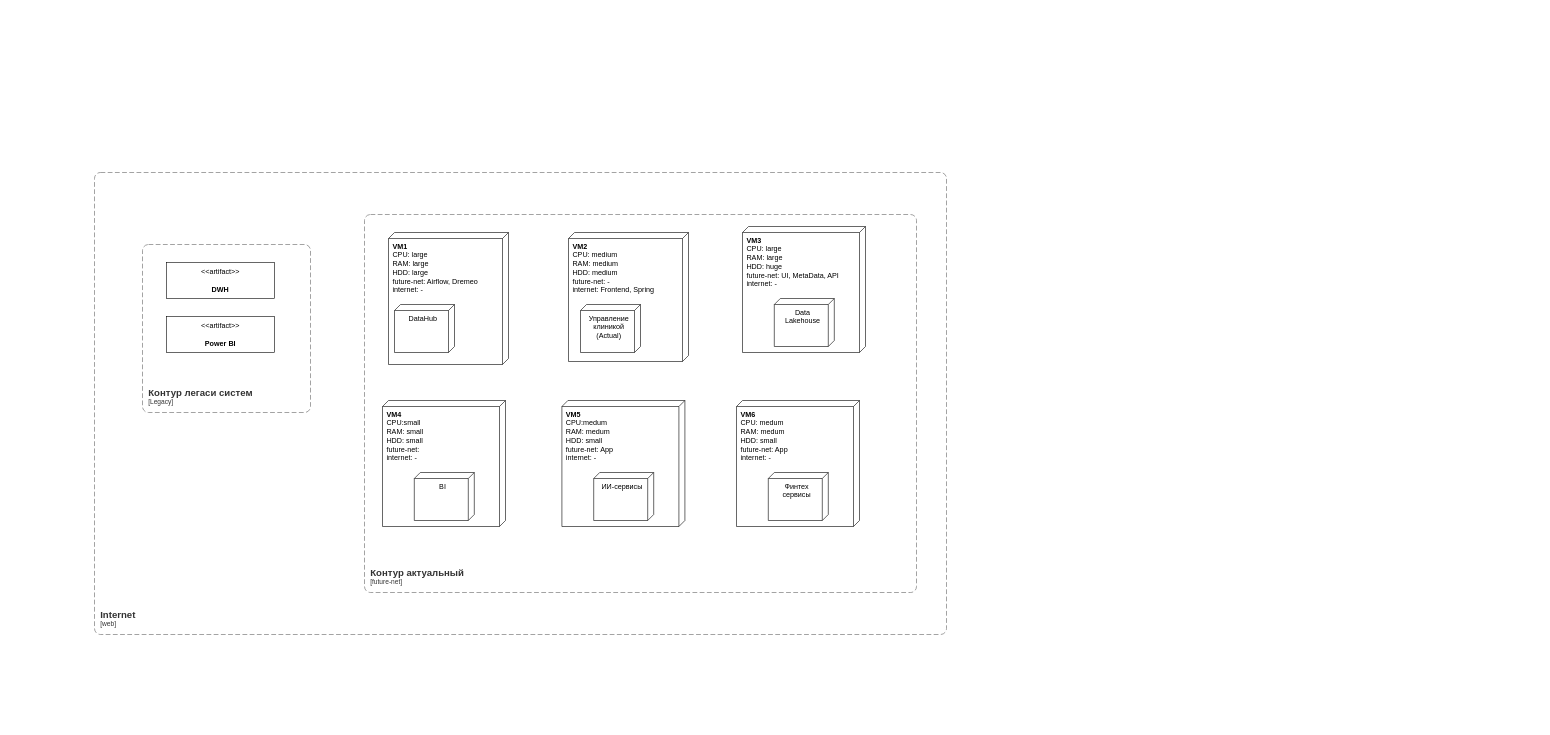
Earlier version of the draw.io diagram task4/terraform-cloud.drawio (bezdelnique/architecture-future_2_0). Source tidied: cells renumbered, new cells numbered last; positions are measured from the earlier drawing's top-left corner, leaving out a move shared by most shapes. Both pictures are drawn from the tidied source at 60%, with x=0, y=0 at pixel (94, 172).
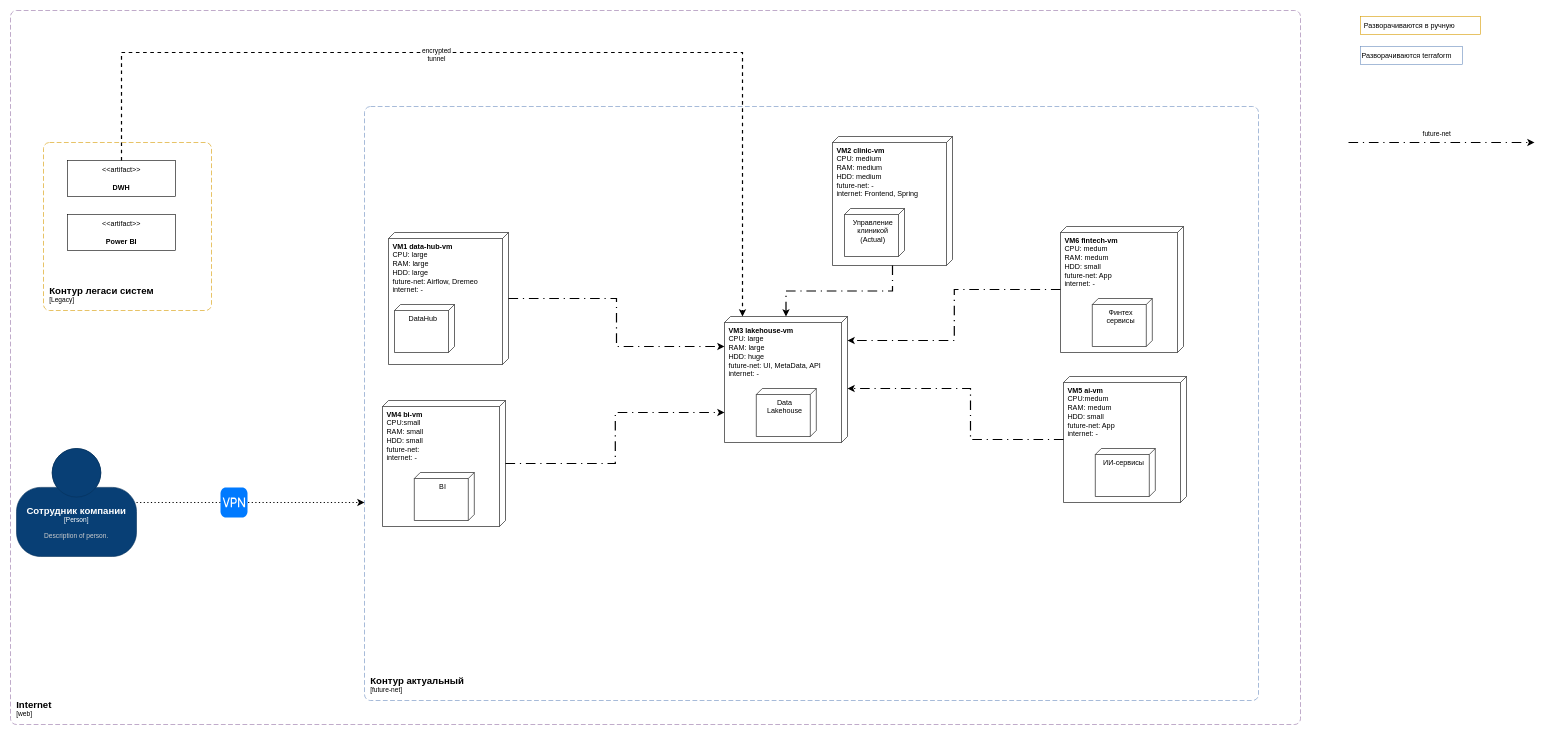
The same page after the edit.

Change to the diagram source:
```diff
@@
-    <mxCell id="2" value="&lt;b&gt;VM1&lt;/b&gt;&lt;br&gt;CPU: large&lt;br&gt;RAM: large&lt;br&gt;HDD: large&lt;br&gt;future-net: Airflow, Dremeo&lt;br&gt;internet: -" style="verticalAlign=top;align=left;shape=cube;size=10;direction=south;fontStyle=0;html=1;boundedLbl=1;spacingLeft=5;whiteSpace=wrap;" parent="1" vertex="1">
+    <mxCell id="2" value="&lt;b&gt;VM1 data-hub-vm&lt;/b&gt;&lt;br&gt;CPU: large&lt;br&gt;RAM: large&lt;br&gt;HDD: large&lt;br&gt;future-net: Airflow, Dremeo&lt;br&gt;internet: -" style="verticalAlign=top;align=left;shape=cube;size=10;direction=south;fontStyle=0;html=1;boundedLbl=1;spacingLeft=5;whiteSpace=wrap;" parent="1" vertex="1">
       <mxGeometry x="490" y="100" width="200" height="220" as="geometry" />
     </mxCell>
@@
-    <mxCell id="4" value="&lt;b&gt;VM2&lt;/b&gt;&lt;br&gt;CPU: medium&lt;br&gt;RAM: medium&lt;br&gt;HDD: medium&lt;br&gt;future-net: -&lt;br&gt;internet: Frontend, Spring" style="verticalAlign=top;align=left;shape=cube;size=10;direction=south;fontStyle=0;html=1;boundedLbl=1;spacingLeft=5;whiteSpace=wrap;" parent="1" vertex="1">
-      <mxGeometry x="790" y="100" width="200" height="215" as="geometry" />
+    <mxCell id="4" value="&lt;b&gt;VM2&amp;nbsp;clinic-vm&lt;/b&gt;&lt;br&gt;CPU: medium&lt;br&gt;RAM: medium&lt;br&gt;HDD: medium&lt;br&gt;future-net: -&lt;br&gt;internet: Frontend, Spring" style="verticalAlign=top;align=left;shape=cube;size=10;direction=south;fontStyle=0;html=1;boundedLbl=1;spacingLeft=5;whiteSpace=wrap;" parent="1" vertex="1">
+      <mxGeometry x="1230" y="-60" width="200" height="215" as="geometry" />
     </mxCell>
@@
-    <mxCell id="6" value="&lt;b&gt;VM3&lt;/b&gt;&lt;br&gt;CPU: large&lt;br&gt;RAM: large&lt;br&gt;HDD: huge&lt;br&gt;future-net: UI, MetaData, API&lt;br&gt;internet: -" style="verticalAlign=top;align=left;shape=cube;size=10;direction=south;fontStyle=0;html=1;boundedLbl=1;spacingLeft=5;whiteSpace=wrap;" parent="1" vertex="1">
-      <mxGeometry x="1080" y="90" width="205" height="210" as="geometry" />
+    <mxCell id="6" value="&lt;b&gt;VM3&amp;nbsp;lakehouse-vm&lt;/b&gt;&lt;br&gt;CPU: large&lt;br&gt;RAM: large&lt;br&gt;HDD: huge&lt;br&gt;future-net: UI, MetaData, API&lt;br&gt;internet: -" style="verticalAlign=top;align=left;shape=cube;size=10;direction=south;fontStyle=0;html=1;boundedLbl=1;spacingLeft=5;whiteSpace=wrap;" parent="1" vertex="1">
+      <mxGeometry x="1050" y="240" width="205" height="210" as="geometry" />
     </mxCell>
@@
     <object id="8" label="&lt;font style=&quot;font-size: 16px&quot;&gt;&lt;b&gt;&lt;div style=&quot;text-align: left&quot;&gt;%c4Name%&lt;/div&gt;&lt;/b&gt;&lt;/font&gt;&lt;div style=&quot;text-align: left&quot;&gt;[%c4Application%]&lt;/div&gt;" c4Application="Legacy" c4Name="Контур легаси систем" placeholders="1">
-      <mxCell style="rounded=1;fontSize=11;whiteSpace=wrap;html=1;dashed=1;arcSize=20;fillColor=none;strokeColor=#666666;fontColor=#333333;labelBackgroundColor=none;align=left;verticalAlign=bottom;labelBorderColor=none;spacingTop=0;spacing=10;dashPattern=8 4;perimeter=rectanglePerimeter;noLabel=0;labelPadding=0;absoluteArcSize=1;" parent="1" vertex="1">
-        <mxGeometry x="80" y="120" width="280" height="280" as="geometry" />
+      <mxCell style="rounded=1;fontSize=11;whiteSpace=wrap;html=1;dashed=1;arcSize=20;fillColor=none;strokeColor=#d79b00;labelBackgroundColor=none;align=left;verticalAlign=bottom;labelBorderColor=none;spacingTop=0;spacing=10;dashPattern=8 4;perimeter=rectanglePerimeter;noLabel=0;labelPadding=0;absoluteArcSize=1;" parent="1" vertex="1">
+        <mxGeometry x="-85" y="-50" width="280" height="280" as="geometry" />
       </mxCell>
     </object>
     <object id="9" label="&lt;font style=&quot;font-size: 16px&quot;&gt;&lt;b&gt;&lt;div style=&quot;text-align: left&quot;&gt;%c4Name%&lt;/div&gt;&lt;/b&gt;&lt;/font&gt;&lt;div style=&quot;text-align: left&quot;&gt;[%c4Application%]&lt;/div&gt;" c4Application="future-net" c4Name="Контур актуальный" placeholders="1">
-      <mxCell style="rounded=1;fontSize=11;whiteSpace=wrap;html=1;dashed=1;arcSize=20;fillColor=none;strokeColor=#666666;fontColor=#333333;labelBackgroundColor=none;align=left;verticalAlign=bottom;labelBorderColor=none;spacingTop=0;spacing=10;dashPattern=8 4;perimeter=rectanglePerimeter;noLabel=0;labelPadding=0;absoluteArcSize=1;" parent="1" vertex="1">
-        <mxGeometry x="450" y="70" width="920" height="630" as="geometry" />
+      <mxCell style="rounded=1;fontSize=11;whiteSpace=wrap;html=1;dashed=1;arcSize=20;fillColor=none;strokeColor=#6c8ebf;labelBackgroundColor=none;align=left;verticalAlign=bottom;labelBorderColor=none;spacingTop=0;spacing=10;dashPattern=8 4;perimeter=rectanglePerimeter;noLabel=0;labelPadding=0;absoluteArcSize=1;" parent="1" vertex="1">
+        <mxGeometry x="450" y="-110" width="1490" height="990" as="geometry" />
       </mxCell>
     </object>
     <mxCell id="10" value="&amp;lt;&amp;lt;artifact&amp;gt;&amp;gt;&lt;br&gt;&lt;br&gt;&lt;b&gt;Power BI&lt;/b&gt;" style="html=1;align=center;verticalAlign=middle;dashed=0;whiteSpace=wrap;" parent="1" vertex="1">
-      <mxGeometry x="120" y="240" width="180" height="60" as="geometry" />
+      <mxGeometry x="-45" y="70" width="180" height="60" as="geometry" />
     </mxCell>
     <mxCell id="11" value="&amp;lt;&amp;lt;artifact&amp;gt;&amp;gt;&lt;br&gt;&lt;br&gt;&lt;b&gt;DWH&lt;/b&gt;" style="html=1;align=center;verticalAlign=middle;dashed=0;whiteSpace=wrap;" parent="1" vertex="1">
-      <mxGeometry x="120" y="150" width="180" height="60" as="geometry" />
+      <mxGeometry x="-45" y="-20" width="180" height="60" as="geometry" />
     </mxCell>
     <object id="12" label="&lt;font style=&quot;font-size: 16px&quot;&gt;&lt;b&gt;&lt;div style=&quot;text-align: left&quot;&gt;%c4Name%&lt;/div&gt;&lt;/b&gt;&lt;/font&gt;&lt;div style=&quot;text-align: left&quot;&gt;[%c4Application%]&lt;/div&gt;" c4Application="web" c4Name="Internet" placeholders="1">
-      <mxCell style="rounded=1;fontSize=11;whiteSpace=wrap;html=1;dashed=1;arcSize=20;fillColor=none;strokeColor=#666666;fontColor=#333333;labelBackgroundColor=none;align=left;verticalAlign=bottom;labelBorderColor=none;spacingTop=0;spacing=10;dashPattern=8 4;perimeter=rectanglePerimeter;noLabel=0;labelPadding=0;absoluteArcSize=1;" parent="1" vertex="1">
-        <mxGeometry width="1420" height="770" as="geometry" />
+      <mxCell style="rounded=1;fontSize=11;whiteSpace=wrap;html=1;dashed=1;arcSize=20;fillColor=none;strokeColor=#9673a6;labelBackgroundColor=none;align=left;verticalAlign=bottom;labelBorderColor=none;spacingTop=0;spacing=10;dashPattern=8 4;perimeter=rectanglePerimeter;noLabel=0;labelPadding=0;absoluteArcSize=1;" parent="1" vertex="1">
+        <mxGeometry x="-140" y="-270" width="2150" height="1190" as="geometry" />
       </mxCell>
     </object>
-    <mxCell id="13" value="&lt;b&gt;VM4&lt;/b&gt;&lt;br&gt;CPU:small&lt;br&gt;RAM: small&lt;br&gt;HDD: small&lt;br&gt;future-net:&amp;nbsp;&lt;br&gt;internet: -" style="verticalAlign=top;align=left;shape=cube;size=10;direction=south;fontStyle=0;html=1;boundedLbl=1;spacingLeft=5;whiteSpace=wrap;" parent="1" vertex="1">
+    <mxCell id="13" value="&lt;b&gt;VM4&amp;nbsp;bi-vm&lt;/b&gt;&lt;br&gt;CPU:small&lt;br&gt;RAM: small&lt;br&gt;HDD: small&lt;br&gt;future-net:&amp;nbsp;&lt;br&gt;internet: -" style="verticalAlign=top;align=left;shape=cube;size=10;direction=south;fontStyle=0;html=1;boundedLbl=1;spacingLeft=5;whiteSpace=wrap;" parent="1" vertex="1">
       <mxGeometry x="480" y="380" width="205" height="210" as="geometry" />
     </mxCell>
@@
-    <mxCell id="15" value="&lt;b&gt;VM5&lt;/b&gt;&lt;br&gt;CPU:medum&lt;br&gt;RAM: medum&lt;br&gt;HDD: small&lt;br&gt;future-net: App&lt;br&gt;internet: -" style="verticalAlign=top;align=left;shape=cube;size=10;direction=south;fontStyle=0;html=1;boundedLbl=1;spacingLeft=5;whiteSpace=wrap;" parent="1" vertex="1">
-      <mxGeometry x="779" y="380" width="205" height="210" as="geometry" />
+    <mxCell id="15" value="&lt;b&gt;VM5&amp;nbsp;ai-vm&lt;/b&gt;&lt;br&gt;CPU:medum&lt;br&gt;RAM: medum&lt;br&gt;HDD: small&lt;br&gt;future-net: App&lt;br&gt;internet: -" style="verticalAlign=top;align=left;shape=cube;size=10;direction=south;fontStyle=0;html=1;boundedLbl=1;spacingLeft=5;whiteSpace=wrap;" parent="1" vertex="1">
+      <mxGeometry x="1615" y="340" width="205" height="210" as="geometry" />
     </mxCell>
@@
-    <mxCell id="17" value="&lt;b&gt;VM6&lt;/b&gt;&lt;br&gt;CPU: medum&lt;br&gt;RAM: medum&lt;br&gt;HDD: small&lt;br&gt;future-net: App&lt;br&gt;internet: -" style="verticalAlign=top;align=left;shape=cube;size=10;direction=south;fontStyle=0;html=1;boundedLbl=1;spacingLeft=5;whiteSpace=wrap;" parent="1" vertex="1">
-      <mxGeometry x="1070" y="380" width="205" height="210" as="geometry" />
+    <mxCell id="17" value="&lt;b&gt;VM6&amp;nbsp;fintech-vm&lt;/b&gt;&lt;br&gt;CPU: medum&lt;br&gt;RAM: medum&lt;br&gt;HDD: small&lt;br&gt;future-net: App&lt;br&gt;internet: -" style="verticalAlign=top;align=left;shape=cube;size=10;direction=south;fontStyle=0;html=1;boundedLbl=1;spacingLeft=5;whiteSpace=wrap;" parent="1" vertex="1">
+      <mxGeometry x="1610" y="90" width="205" height="210" as="geometry" />
     </mxCell>
@@
+    <mxCell id="19" value="Разворачиваются в ручную" style="text;strokeColor=#d79b00;fillColor=none;align=left;verticalAlign=middle;spacingLeft=4;spacingRight=4;overflow=hidden;whiteSpace=wrap;html=1;" parent="1" vertex="1">
+      <mxGeometry x="2110" y="-260" width="200" height="30" as="geometry" />
+    </mxCell>
+    <mxCell id="20" value="&lt;span style=&quot;&quot;&gt;Разворачиваются&amp;nbsp;&lt;/span&gt;terraform" style="text;html=1;whiteSpace=wrap;strokeColor=#6c8ebf;fillColor=none;align=left;verticalAlign=middle;rounded=0;" parent="1" vertex="1">
+      <mxGeometry x="2110" y="-210" width="170" height="30" as="geometry" />
+    </mxCell>
+    <mxCell id="21" style="edgeStyle=orthogonalEdgeStyle;rounded=0;jettySize=auto;html=1;strokeWidth=2;dashed=1;dashPattern=8 4 1 4;" parent="1" edge="1" source="2" target="6">
+      <mxGeometry relative="1" as="geometry">
+        <Array as="points">
+          <mxPoint x="870" y="210" />
+          <mxPoint x="870" y="290" />
+        </Array>
+      </mxGeometry>
+    </mxCell>
+    <mxCell id="22" style="edgeStyle=orthogonalEdgeStyle;rounded=0;jettySize=auto;html=1;strokeWidth=2;dashed=1;dashPattern=8 4 1 4;" parent="1" edge="1" source="13" target="6">
+      <mxGeometry relative="1" as="geometry">
+        <Array as="points">
+          <mxPoint x="868" y="485" />
+          <mxPoint x="868" y="400" />
+        </Array>
+      </mxGeometry>
+    </mxCell>
+    <mxCell id="23" style="edgeStyle=orthogonalEdgeStyle;rounded=0;jettySize=auto;html=1;strokeWidth=2;dashed=1;dashPattern=8 4 1 4;" parent="1" edge="1" source="15" target="6">
+      <mxGeometry relative="1" as="geometry">
+        <Array as="points">
+          <mxPoint x="1460" y="445" />
+          <mxPoint x="1460" y="360" />
+        </Array>
+      </mxGeometry>
+    </mxCell>
+    <mxCell id="24" style="edgeStyle=orthogonalEdgeStyle;rounded=0;jettySize=auto;html=1;strokeWidth=2;dashed=1;dashPattern=8 4 1 4;" parent="1" edge="1" source="17" target="6">
+      <mxGeometry relative="1" as="geometry">
+        <Array as="points">
+          <mxPoint x="1433" y="195" />
+          <mxPoint x="1433" y="280" />
+        </Array>
+      </mxGeometry>
+    </mxCell>
+    <mxCell id="25" style="edgeStyle=orthogonalEdgeStyle;rounded=0;jettySize=auto;html=1;strokeWidth=2;dashed=1;dashPattern=8 4 1 4;" parent="1" edge="1" source="4" target="6">
+      <mxGeometry relative="1" as="geometry" />
+    </mxCell>
+    <mxCell id="26" style="edgeStyle=orthogonalEdgeStyle;rounded=0;orthogonalLoop=1;jettySize=auto;html=1;strokeWidth=2;dashed=1;dashPattern=8 4 1 4;" parent="1" edge="1">
+      <mxGeometry relative="1" as="geometry">
+        <mxPoint x="2090" y="-50" as="sourcePoint" />
+        <mxPoint x="2400" y="-50" as="targetPoint" />
+        <Array as="points">
+          <mxPoint x="2385" y="-50" />
+        </Array>
+      </mxGeometry>
+    </mxCell>
+    <mxCell id="27" value="future-net" style="edgeLabel;html=1;align=center;verticalAlign=middle;" parent="26" vertex="1">
+      <mxGeometry x="-0.06" y="1" relative="1" as="geometry">
+        <mxPoint y="-14" as="offset" />
+      </mxGeometry>
+    </mxCell>
+    <mxCell id="28" style="edgeStyle=orthogonalEdgeStyle;rounded=0;jettySize=auto;html=1;exitX=1;exitY=0.5;exitDx=0;exitDy=0;exitPerimeter=0;strokeWidth=2;dashed=1;dashPattern=1 2;" parent="1" edge="1" source="30">
+      <mxGeometry relative="1" as="geometry">
+        <mxPoint x="450" y="550" as="targetPoint" />
+      </mxGeometry>
+    </mxCell>
+    <mxCell id="29" style="html=1;strokeWidth=1;shadow=0;dashed=0;shape=mxgraph.ios7.misc.vpn;fillColor=#007AFF;strokeColor=none;buttonText=;strokeColor2=#222222;fontColor=#222222;fontSize=8;verticalLabelPosition=bottom;verticalAlign=top;align=center;sketch=0;" parent="1" vertex="1">
+      <mxGeometry x="210" y="525" width="45" height="50" as="geometry" />
+    </mxCell>
+    <object id="30" label="&lt;font style=&quot;font-size: 16px&quot;&gt;&lt;b&gt;%c4Name%&lt;/b&gt;&lt;/font&gt;&lt;div&gt;[%c4Type%]&lt;/div&gt;&lt;br&gt;&lt;div&gt;&lt;font style=&quot;font-size: 11px&quot;&gt;&lt;font color=&quot;#cccccc&quot;&gt;%c4Description%&lt;/font&gt;&lt;/div&gt;" c4Description="Description of person." c4Name="Сотрудник компании" c4Type="Person" placeholders="1">
+      <mxCell style="html=1;fontSize=11;dashed=0;whiteSpace=wrap;fillColor=#083F75;strokeColor=#06315C;fontColor=#ffffff;shape=mxgraph.c4.person2;align=center;points=[[0.5,0,0],[1,0.5,0],[1,0.75,0],[0.75,1,0],[0.5,1,0],[0.25,1,0],[0,0.75,0],[0,0.5,0]];" parent="1" vertex="1">
+        <mxGeometry x="-130" y="460" width="200" height="180" as="geometry" />
+      </mxCell>
+    </object>
+    <mxCell id="31" style="edgeStyle=orthogonalEdgeStyle;rounded=0;jettySize=auto;html=1;strokeWidth=2;dashed=1;" parent="1" edge="1" source="11" target="6">
+      <mxGeometry relative="1" as="geometry">
+        <Array as="points">
+          <mxPoint x="45" y="-200" />
+          <mxPoint x="1080" y="-200" />
+        </Array>
+      </mxGeometry>
+    </mxCell>
+    <mxCell id="32" value="&lt;span class=&quot;YPkS7KbdpWfGdYKd3QB9&quot; style=&quot;white-space: pre-wrap;&quot;&gt;encrypted&lt;/span&gt;&lt;span style=&quot;white-space: pre-wrap;&quot;&gt; &lt;/span&gt;&lt;span class=&quot;YPkS7KbdpWfGdYKd3QB9&quot; style=&quot;white-space: pre-wrap;&quot;&gt;tunnel&lt;/span&gt;" style="edgeLabel;html=1;align=center;verticalAlign=middle;" parent="31" vertex="1">
+      <mxGeometry x="-0.15" y="-3" relative="1" as="geometry">
+        <mxPoint x="1" as="offset" />
+      </mxGeometry>
+    </mxCell>
```
